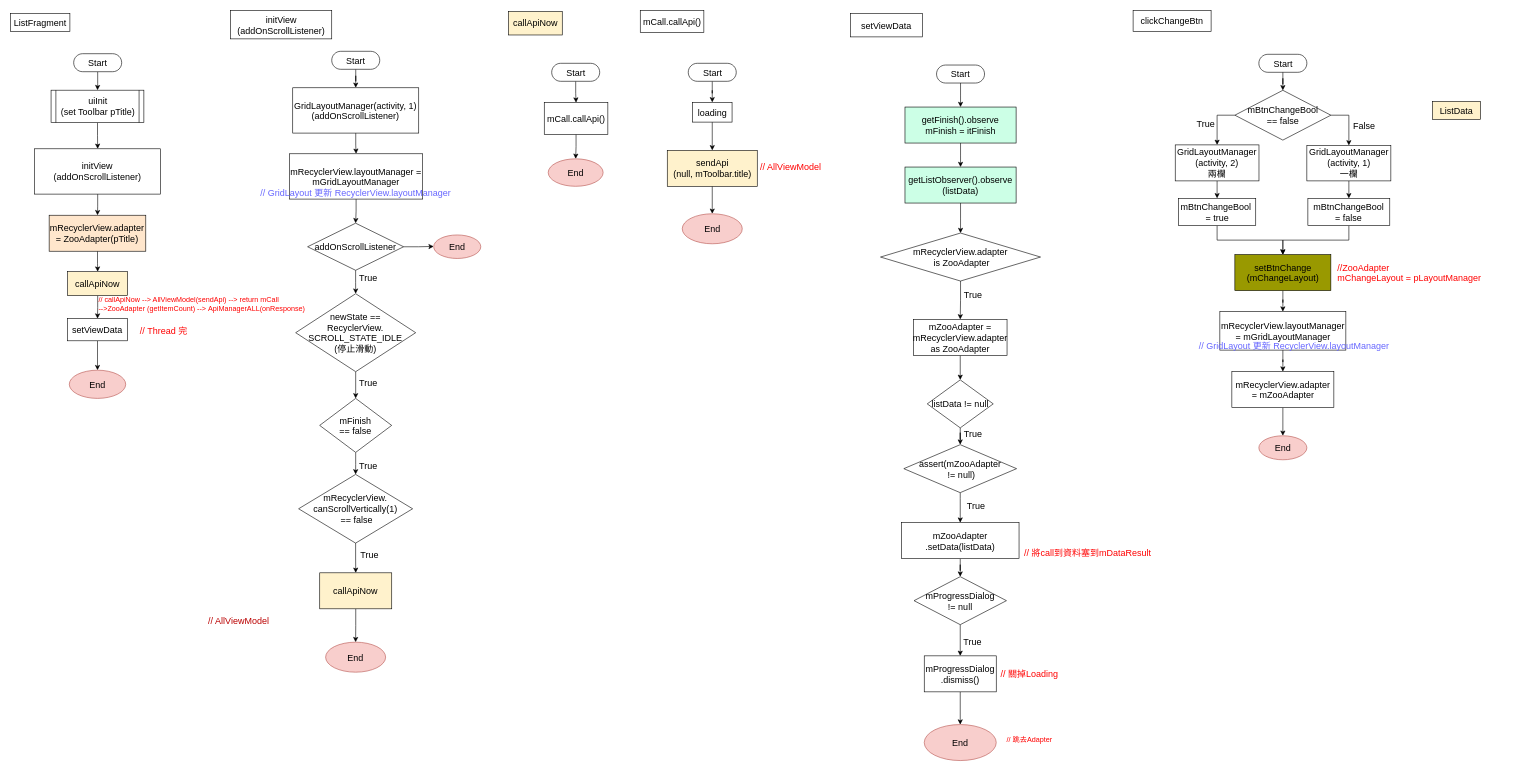
Before: page "ListFragment" (6 of 14) of 一般流程.drawio in ccckyc/draw, a draw.io diagram. Source tidied: cells renumbered, new cells numbered last; positions are measured from the earlier drawing's top-left corner, leaving out a move shared by most shapes. Both pictures are drawn from the tidied source at 60%, with x=0, y=0 at pixel (10, 10).
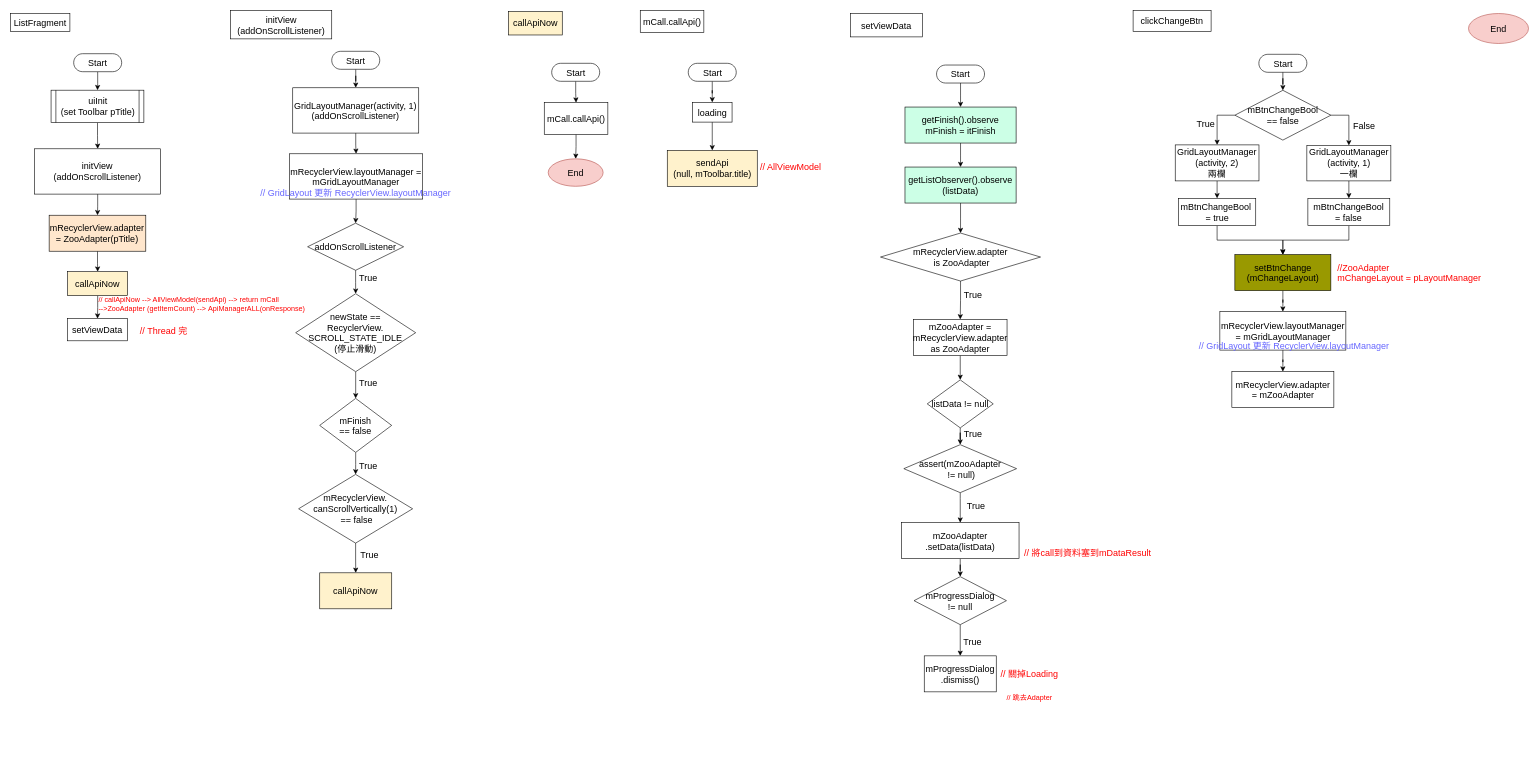
After the change.

The change refers to these unchanged cells:
```xml
<mxCell id="43" value="sendApi&lt;br style=&quot;font-size: 15px;&quot;&gt;(null, mToolbar.title)" style="whiteSpace=wrap;html=1;fontSize=15;dashed=0;fontStyle=0;fillColor=#FFF2CC;fontFamily=Helvetica;" parent="1" vertex="1">
  <mxGeometry x="1094.6" y="233" width="150" height="60" as="geometry" />
</mxCell>
<mxCell id="46" value="mRecyclerView.adapter&lt;br style=&quot;font-size: 15px;&quot;&gt;= mZooAdapter" style="whiteSpace=wrap;html=1;fontSize=15;dashed=0;fontStyle=0;fontFamily=Helvetica;" parent="1" vertex="1">
  <mxGeometry x="2035.6" y="601.8" width="170" height="60" as="geometry" />
</mxCell>
<mxCell id="59" value="setViewData" style="rounded=0;whiteSpace=wrap;html=1;labelBackgroundColor=none;labelBorderColor=none;fontFamily=Helvetica;fontSize=15;fontColor=#000000;strokeWidth=1;fillColor=#FFFFFF;gradientColor=none;fontStyle=0;" parent="1" vertex="1">
  <mxGeometry x="95" y="513.5" width="100" height="37" as="geometry" />
</mxCell>
<mxCell id="64" value="&lt;span style=&quot;font-size: 15px;&quot;&gt;addOnScrollListener&lt;/span&gt;" style="rhombus;whiteSpace=wrap;html=1;fontSize=15;dashed=0;fontStyle=0;fontFamily=Helvetica;" parent="1" vertex="1">
  <mxGeometry x="495.2" y="354.5" width="160" height="78.5" as="geometry" />
</mxCell>
<mxCell id="98" value="mProgressDialog&lt;br style=&quot;font-size: 15px;&quot;&gt;.dismiss()" style="whiteSpace=wrap;html=1;fontSize=15;fillColor=#FFFFFF;strokeColor=#000000;dashed=0;fontStyle=0;fontFamily=Helvetica;" parent="1" vertex="1">
  <mxGeometry x="1522.9" y="1075.6" width="120" height="60" as="geometry" />
</mxCell>
<mxCell id="106" value="&lt;span style=&quot;font-size: 15px;&quot;&gt;callApiNow&lt;/span&gt;" style="rounded=0;whiteSpace=wrap;html=1;fillColor=#FFF2CC;fontSize=15;fontFamily=Helvetica;fontStyle=0;" parent="1" vertex="1">
  <mxGeometry x="515.4" y="937.2" width="120" height="60" as="geometry" />
</mxCell>
```

What changed in the source:
```diff
@@
-    <mxCell id="42" style="edgeStyle=orthogonalEdgeStyle;rounded=0;jettySize=auto;html=1;fontSize=15;fontFamily=Helvetica;fontStyle=0;" parent="1" edge="1" source="43" target="109">
-      <mxGeometry relative="1" as="geometry" />
-    </mxCell>
@@
-    <mxCell id="45" style="edgeStyle=orthogonalEdgeStyle;rounded=0;jettySize=auto;html=1;labelBackgroundColor=#FFFFFF;labelBorderColor=none;fontFamily=Helvetica;fontSize=15;fontColor=#6666FF;strokeColor=#000000;strokeWidth=1;fontStyle=0;" parent="1" edge="1" source="46" target="75">
-      <mxGeometry relative="1" as="geometry" />
-    </mxCell>
@@
-    <mxCell id="58" style="edgeStyle=orthogonalEdgeStyle;rounded=0;jettySize=auto;html=1;fontColor=#FF0000;fontSize=15;fontFamily=Helvetica;fontStyle=0;" parent="1" edge="1" source="59" target="112">
-      <mxGeometry relative="1" as="geometry" />
-    </mxCell>
@@
-    <mxCell id="60" value="ListData" style="whiteSpace=wrap;html=1;labelBackgroundColor=none;labelBorderColor=none;fontFamily=Helvetica;fontSize=15;fontColor=#000000;strokeWidth=1;fillColor=#FFF2CC;gradientColor=none;fontStyle=0;" parent="1" vertex="1">
-      <mxGeometry x="2370" y="151.5" width="80" height="30" as="geometry" />
-    </mxCell>
@@
-    <mxCell id="63" style="edgeStyle=orthogonalEdgeStyle;rounded=0;jettySize=auto;html=1;labelBackgroundColor=#FFFFFF;labelBorderColor=none;fontFamily=Helvetica;fontSize=15;fontColor=#000000;strokeColor=#000000;strokeWidth=1;fontStyle=0;" parent="1" edge="1" source="64">
-      <mxGeometry relative="1" as="geometry">
-        <mxPoint x="705.3" y="393.2" as="targetPoint" />
-      </mxGeometry>
-    </mxCell>
@@
-    <mxCell id="65" value="End" style="ellipse;whiteSpace=wrap;html=1;fontSize=15;dashed=0;fontStyle=0;fillColor=#f8cecc;strokeColor=#b85450;fontFamily=Helvetica;" parent="1" vertex="1">
-      <mxGeometry x="705.3" y="374.1" width="78.5" height="39.2" as="geometry" />
-    </mxCell>
@@
-    <mxCell id="68" value="&lt;font color=&quot;rgba(0, 0, 0, 0)&quot; style=&quot;font-size: 15px;&quot;&gt;// AllViewModel&lt;/font&gt;" style="text;html=1;align=center;verticalAlign=middle;strokeColor=none;fillColor=none;fontSize=15;fontFamily=Helvetica;fontColor=#000000;fontStyle=0;" parent="1" vertex="1">
-      <mxGeometry x="320" y="1007" width="120" height="20" as="geometry" />
-    </mxCell>
@@
-    <mxCell id="75" value="End" style="ellipse;whiteSpace=wrap;html=1;fontSize=15;dashed=0;fontStyle=0;fillColor=#f8cecc;strokeColor=#b85450;fontFamily=Helvetica;" parent="1" vertex="1">
-      <mxGeometry x="2080.6" y="708.8" width="80" height="40" as="geometry" />
-    </mxCell>
@@
-    <mxCell id="97" style="edgeStyle=orthogonalEdgeStyle;rounded=0;jettySize=auto;html=1;labelBackgroundColor=#FFFFFF;labelBorderColor=none;fontFamily=Helvetica;fontSize=15;fontColor=#FF0000;strokeColor=#000000;strokeWidth=1;fontStyle=0;" parent="1" edge="1" source="98" target="103">
-      <mxGeometry relative="1" as="geometry" />
-    </mxCell>
@@
-    <mxCell id="103" value="End" style="ellipse;whiteSpace=wrap;html=1;fontSize=15;fillColor=#f8cecc;strokeColor=#b85450;dashed=0;fontStyle=0;fontFamily=Helvetica;" parent="1" vertex="1">
-      <mxGeometry x="1522.9" y="1190.1" width="120" height="60" as="geometry" />
-    </mxCell>
@@
-    <mxCell id="105" style="edgeStyle=orthogonalEdgeStyle;rounded=0;jettySize=auto;html=1;fontSize=15;fontFamily=Helvetica;fontStyle=0;" parent="1" edge="1" source="106" target="107">
-      <mxGeometry relative="1" as="geometry" />
-    </mxCell>
@@
-    <mxCell id="107" value="End" style="ellipse;whiteSpace=wrap;html=1;fillColor=#f8cecc;rounded=0;strokeColor=#b85450;fontSize=15;fontFamily=Helvetica;fontStyle=0;" parent="1" vertex="1">
-      <mxGeometry x="525.2" y="1052.8" width="100" height="50" as="geometry" />
-    </mxCell>
@@
     <mxCell id="109" value="End" style="ellipse;whiteSpace=wrap;html=1;fontSize=15;fillColor=#f8cecc;dashed=0;fontStyle=0;strokeColor=#b85450;fontFamily=Helvetica;" parent="1" vertex="1">
-      <mxGeometry x="1119.6" y="338.8" width="100" height="50" as="geometry" />
+      <mxGeometry x="2430" y="5" width="100" height="50" as="geometry" />
     </mxCell>
@@
-    <mxCell id="112" value="End" style="ellipse;whiteSpace=wrap;html=1;fontSize=15;fillColor=#f8cecc;rounded=0;labelBackgroundColor=none;labelBorderColor=none;strokeWidth=1;strokeColor=#b85450;fontFamily=Helvetica;fontStyle=0;" parent="1" vertex="1">
-      <mxGeometry x="98" y="599.5" width="94" height="47" as="geometry" />
-    </mxCell>
     <mxCell id="113" value="&lt;font color=&quot;#ff0000&quot;&gt;// 跳去Adapter&lt;/font&gt;" style="text;html=1;align=center;verticalAlign=middle;strokeColor=none;fillColor=none;" parent="1" vertex="1">
-      <mxGeometry x="1652.9" y="1206" width="90" height="20" as="geometry" />
+      <mxGeometry x="1652.9" y="1135.6" width="90" height="20" as="geometry" />
     </mxCell>
```
